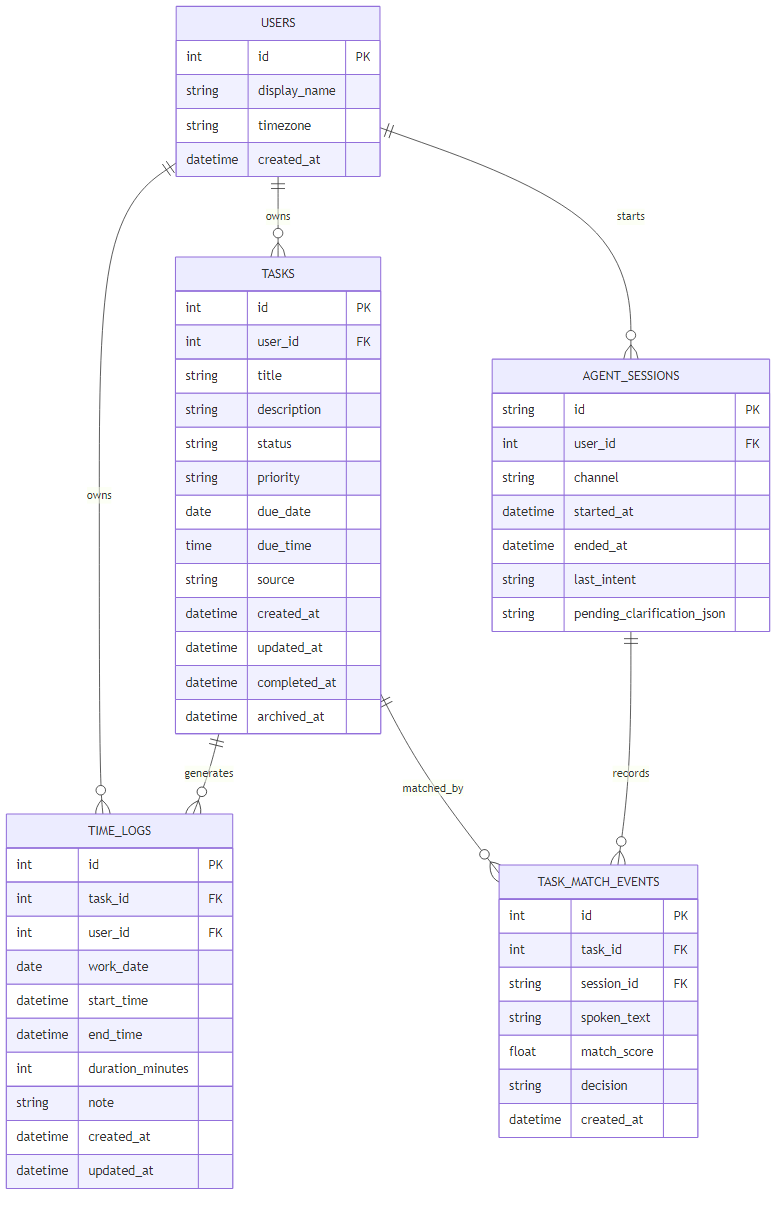
Before: exports/png/09_er_diagram.png, a diagram exported from Mermaid (nishathmnha/langgraph-voice-agent). Its source is kept beside it as diagrams/09_er_diagram.mmd.
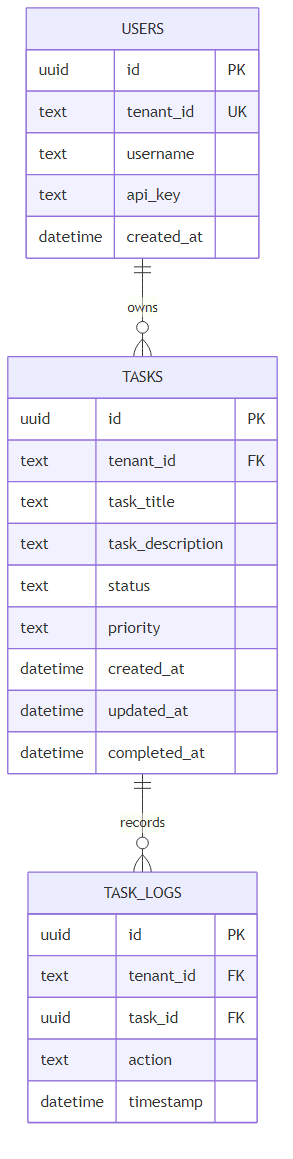
The same diagram one commit later.

Change to the diagram source:
```diff
@@ -1,63 +1,31 @@
 erDiagram
     USERS ||--o{ TASKS : owns
-    USERS ||--o{ TIME_LOGS : owns
-    USERS ||--o{ AGENT_SESSIONS : starts
-    TASKS ||--o{ TIME_LOGS : generates
-    TASKS ||--o{ TASK_MATCH_EVENTS : matched_by
-    AGENT_SESSIONS ||--o{ TASK_MATCH_EVENTS : records
+    TASKS ||--o{ TASK_LOGS : records
 
     USERS {
-        int id PK
-        string display_name
-        string timezone
+        uuid id PK
+        text tenant_id UK
+        text username
+        text api_key
         datetime created_at
     }
 
     TASKS {
-        int id PK
-        int user_id FK
-        string title
-        string description
-        string status
-        string priority
-        date due_date
-        time due_time
-        string source
+        uuid id PK
+        text tenant_id FK
+        text task_title
+        text task_description
+        text status
+        text priority
         datetime created_at
         datetime updated_at
         datetime completed_at
-        datetime archived_at
     }
 
-    TIME_LOGS {
-        int id PK
-        int task_id FK
-        int user_id FK
-        date work_date
-        datetime start_time
-        datetime end_time
-        int duration_minutes
-        string note
-        datetime created_at
-        datetime updated_at
+    TASK_LOGS {
+        uuid id PK
+        text tenant_id FK
+        uuid task_id FK
+        text action
+        datetime timestamp
     }
-
-    AGENT_SESSIONS {
-        string id PK
-        int user_id FK
-        string channel
-        datetime started_at
-        datetime ended_at
-        string last_intent
-        string pending_clarification_json
-    }
-
-    TASK_MATCH_EVENTS {
-        int id PK
-        int task_id FK
-        string session_id FK
-        string spoken_text
-        float match_score
-        string decision
-        datetime created_at
-    }
```
